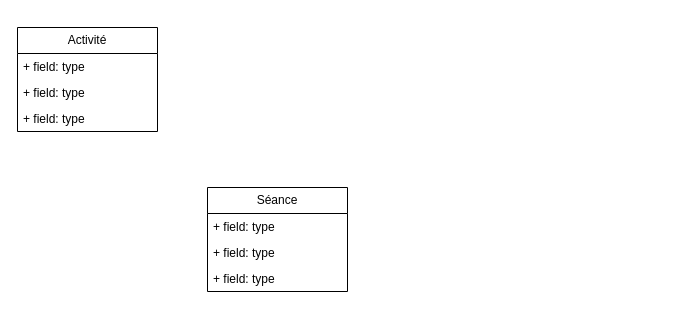
Above: ProjetFinalBDProg.drawio in FloFlo410/Prog-Graphique-Projet-Final (draw.io), before the change. Source tidied: cells renumbered, new cells numbered last; positions are measured from the earlier drawing's top-left corner, leaving out a move shared by most shapes. Both pictures are drawn from the tidied source at 100%, with x=0, y=0 at pixel (17, 27).
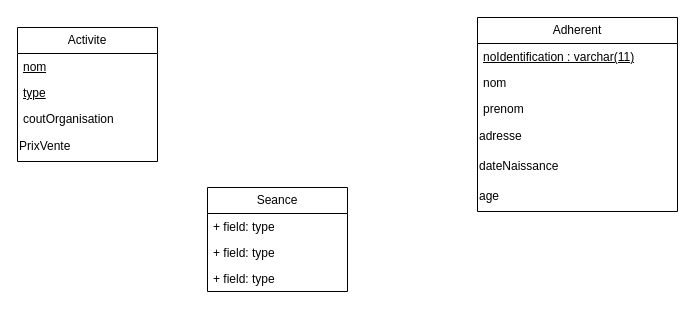
After the change.

Commit message (it also covers changes not shown here):
Mettre à jour ProjetFinalBDProg.drawio

Diff of the diagram source:
```diff
@@
 <mxGraphModel>
   <root>
     <mxCell id="0" />
     <mxCell id="1" parent="0" />
-    <mxCell id="2" value="Activité" style="swimlane;fontStyle=0;horizontal=1;startSize=26;fillColor=none;whiteSpace=wrap;html=1;" parent="1" vertex="1">
-      <mxGeometry width="140" height="104" as="geometry" />
+    <mxCell id="2" value="Activite" style="swimlane;fontStyle=0;horizontal=1;startSize=26;fillColor=none;whiteSpace=wrap;html=1;" parent="1" vertex="1">
+      <mxGeometry width="140" height="134" as="geometry" />
     </mxCell>
-    <mxCell id="3" value="+ field: type" style="text;strokeColor=none;fillColor=none;align=left;verticalAlign=top;spacingLeft=4;spacingRight=4;overflow=hidden;whiteSpace=wrap;html=1;" parent="2" vertex="1">
+    <mxCell id="3" value="nom" style="text;strokeColor=none;fillColor=none;align=left;verticalAlign=top;spacingLeft=4;spacingRight=4;overflow=hidden;whiteSpace=wrap;html=1;fontStyle=4;" parent="2" vertex="1">
       <mxGeometry y="26" width="140" height="26" as="geometry" />
     </mxCell>
-    <mxCell id="4" value="+ field: type" style="text;strokeColor=none;fillColor=none;align=left;verticalAlign=top;spacingLeft=4;spacingRight=4;overflow=hidden;whiteSpace=wrap;html=1;" parent="2" vertex="1">
+    <mxCell id="4" value="type" style="text;strokeColor=none;fillColor=none;align=left;verticalAlign=top;spacingLeft=4;spacingRight=4;overflow=hidden;whiteSpace=wrap;html=1;fontStyle=4;" parent="2" vertex="1">
       <mxGeometry y="52" width="140" height="26" as="geometry" />
     </mxCell>
-    <mxCell id="5" value="+ field: type" style="text;strokeColor=none;fillColor=none;align=left;verticalAlign=top;spacingLeft=4;spacingRight=4;overflow=hidden;whiteSpace=wrap;html=1;" parent="2" vertex="1">
+    <mxCell id="5" value="coutOrganisation" style="text;strokeColor=none;fillColor=none;align=left;verticalAlign=top;spacingLeft=4;spacingRight=4;overflow=hidden;whiteSpace=wrap;html=1;" parent="2" vertex="1">
       <mxGeometry y="78" width="140" height="26" as="geometry" />
     </mxCell>
+    <mxCell id="10" value="PrixVente" style="text;html=1;align=left;verticalAlign=middle;whiteSpace=wrap;rounded=0;" parent="2" vertex="1">
+      <mxGeometry y="104" width="140" height="30" as="geometry" />
+    </mxCell>
-    <mxCell id="6" value="Séance" style="swimlane;fontStyle=0;horizontal=1;startSize=26;fillColor=none;whiteSpace=wrap;html=1;" parent="1" vertex="1">
+    <mxCell id="6" value="Seance" style="swimlane;fontStyle=0;horizontal=1;startSize=26;fillColor=none;whiteSpace=wrap;html=1;" parent="1" vertex="1">
       <mxGeometry x="190" y="160" width="140" height="104" as="geometry" />
     </mxCell>
     <mxCell id="7" value="+ field: type" style="text;strokeColor=none;fillColor=none;align=left;verticalAlign=top;spacingLeft=4;spacingRight=4;overflow=hidden;whiteSpace=wrap;html=1;" parent="6" vertex="1">
       <mxGeometry y="26" width="140" height="26" as="geometry" />
     </mxCell>
     <mxCell id="8" value="+ field: type" style="text;strokeColor=none;fillColor=none;align=left;verticalAlign=top;spacingLeft=4;spacingRight=4;overflow=hidden;whiteSpace=wrap;html=1;" parent="6" vertex="1">
       <mxGeometry y="52" width="140" height="26" as="geometry" />
     </mxCell>
     <mxCell id="9" value="+ field: type" style="text;strokeColor=none;fillColor=none;align=left;verticalAlign=top;spacingLeft=4;spacingRight=4;overflow=hidden;whiteSpace=wrap;html=1;" parent="6" vertex="1">
       <mxGeometry y="78" width="140" height="26" as="geometry" />
     </mxCell>
+    <mxCell id="11" value="Adherent" style="swimlane;fontStyle=0;horizontal=1;startSize=26;fillColor=none;whiteSpace=wrap;html=1;" parent="1" vertex="1">
+      <mxGeometry x="460" y="-10" width="200" height="194" as="geometry" />
+    </mxCell>
+    <mxCell id="12" value="noIdentification : varchar(11)" style="text;strokeColor=none;fillColor=none;align=left;verticalAlign=top;spacingLeft=4;spacingRight=4;overflow=hidden;whiteSpace=wrap;html=1;fontStyle=4;" parent="11" vertex="1">
+      <mxGeometry y="26" width="200" height="26" as="geometry" />
+    </mxCell>
+    <mxCell id="13" value="nom" style="text;strokeColor=none;fillColor=none;align=left;verticalAlign=top;spacingLeft=4;spacingRight=4;overflow=hidden;whiteSpace=wrap;html=1;" parent="11" vertex="1">
+      <mxGeometry y="52" width="200" height="26" as="geometry" />
+    </mxCell>
+    <mxCell id="14" value="prenom" style="text;strokeColor=none;fillColor=none;align=left;verticalAlign=top;spacingLeft=4;spacingRight=4;overflow=hidden;whiteSpace=wrap;html=1;" parent="11" vertex="1">
+      <mxGeometry y="78" width="200" height="26" as="geometry" />
+    </mxCell>
+    <mxCell id="15" value="adresse" style="text;html=1;align=left;verticalAlign=middle;whiteSpace=wrap;rounded=0;" parent="11" vertex="1">
+      <mxGeometry y="104" width="200" height="30" as="geometry" />
+    </mxCell>
+    <mxCell id="16" value="dateNaissance" style="text;html=1;align=left;verticalAlign=middle;whiteSpace=wrap;rounded=0;" parent="11" vertex="1">
+      <mxGeometry y="134" width="200" height="30" as="geometry" />
+    </mxCell>
+    <mxCell id="17" value="age" style="text;html=1;align=left;verticalAlign=middle;whiteSpace=wrap;rounded=0;" parent="11" vertex="1">
+      <mxGeometry y="164" width="200" height="30" as="geometry" />
+    </mxCell>
   </root>
 </mxGraphModel>
```
